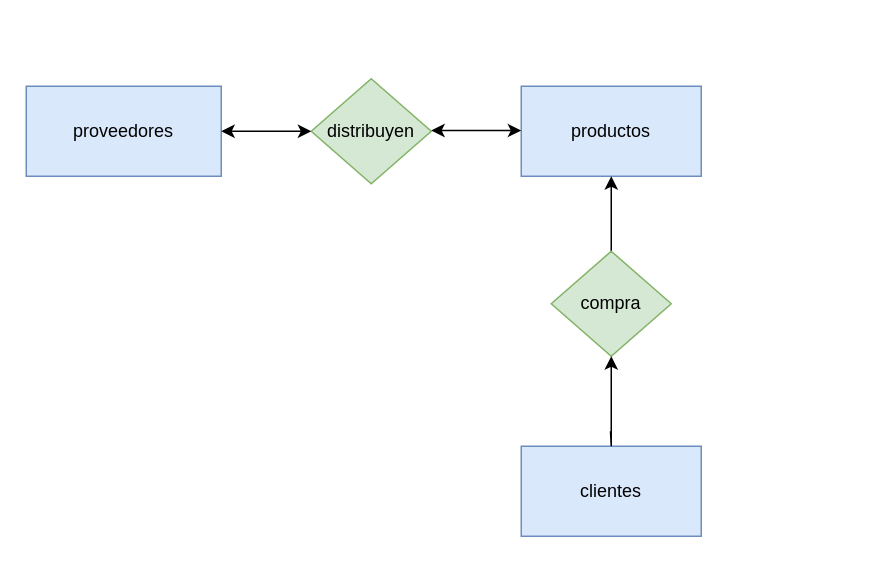
This is Unidad-1/Tareas./Tarea-1/Diagrama sin título.drawio from mdiogc/base-datos, a draw.io file, before an edit. Source tidied: cells renumbered, new cells numbered last; positions are measured from the earlier drawing's top-left corner, leaving out a move shared by most shapes. Both pictures are drawn from the tidied source at 150%, with x=0, y=0 at pixel (26, 78).
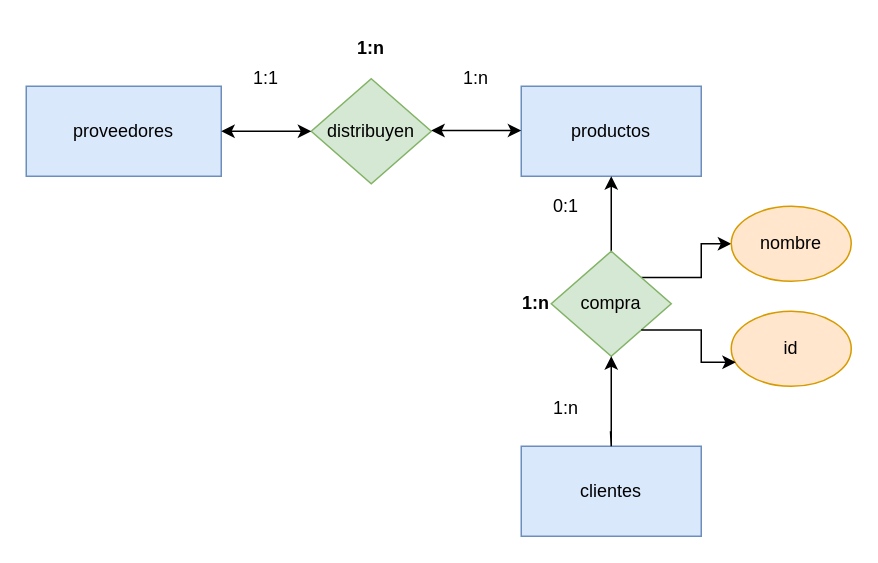
Above is the later version.

Unchanged cells that the change refers to:
```xml
<mxCell id="7" value="compra" style="rhombus;whiteSpace=wrap;html=1;fillColor=#d5e8d4;strokeColor=#82b366;" parent="1" vertex="1">
  <mxGeometry x="350" y="115" width="80" height="70" as="geometry" />
</mxCell>
```

Diff of the diagram source:
```diff
@@
+    <mxCell id="11" style="edgeStyle=orthogonalEdgeStyle;rounded=0;jettySize=auto;html=1;exitX=1;exitY=0;exitDx=0;exitDy=0;" parent="1" edge="1" source="7" target="13">
+      <mxGeometry relative="1" as="geometry" />
+    </mxCell>
@@
+    <mxCell id="12" value="id" style="ellipse;whiteSpace=wrap;html=1;fillColor=#ffe6cc;strokeColor=#d79b00;" parent="1" vertex="1">
+      <mxGeometry x="470" y="155" width="80" height="50" as="geometry" />
+    </mxCell>
+    <mxCell id="13" value="nombre" style="ellipse;whiteSpace=wrap;html=1;fillColor=#ffe6cc;strokeColor=#d79b00;" parent="1" vertex="1">
+      <mxGeometry x="470" y="85" width="80" height="50" as="geometry" />
+    </mxCell>
+    <mxCell id="14" value="1:n" style="text;html=1;strokeColor=none;fillColor=none;align=center;verticalAlign=middle;whiteSpace=wrap;rounded=0;" parent="1" vertex="1">
+      <mxGeometry x="330" y="205" width="60" height="30" as="geometry" />
+    </mxCell>
+    <mxCell id="15" value="1:1" style="text;html=1;strokeColor=none;fillColor=none;align=center;verticalAlign=middle;whiteSpace=wrap;rounded=0;" parent="1" vertex="1">
+      <mxGeometry x="130" y="-15" width="60" height="30" as="geometry" />
+    </mxCell>
+    <mxCell id="16" value="1:n" style="text;html=1;strokeColor=none;fillColor=none;align=center;verticalAlign=middle;whiteSpace=wrap;rounded=0;" parent="1" vertex="1">
+      <mxGeometry x="270" y="-15" width="60" height="30" as="geometry" />
+    </mxCell>
+    <mxCell id="17" value="&lt;b&gt;1:n&lt;/b&gt;" style="text;html=1;strokeColor=none;fillColor=none;align=center;verticalAlign=middle;whiteSpace=wrap;rounded=0;" parent="1" vertex="1">
+      <mxGeometry x="200" y="-35" width="60" height="30" as="geometry" />
+    </mxCell>
+    <mxCell id="18" value="0:1" style="text;html=1;strokeColor=none;fillColor=none;align=center;verticalAlign=middle;whiteSpace=wrap;rounded=0;" parent="1" vertex="1">
+      <mxGeometry x="330" y="70" width="60" height="30" as="geometry" />
+    </mxCell>
+    <mxCell id="19" value="&lt;b&gt;1:n&lt;/b&gt;" style="text;html=1;strokeColor=none;fillColor=none;align=center;verticalAlign=middle;whiteSpace=wrap;rounded=0;" parent="1" vertex="1">
+      <mxGeometry x="310" y="135" width="60" height="30" as="geometry" />
+    </mxCell>
+    <mxCell id="20" style="edgeStyle=orthogonalEdgeStyle;rounded=0;jettySize=auto;html=1;exitX=1;exitY=1;exitDx=0;exitDy=0;entryX=0.038;entryY=0.68;entryDx=0;entryDy=0;entryPerimeter=0;" parent="1" edge="1" source="7" target="12">
+      <mxGeometry relative="1" as="geometry" />
+    </mxCell>
```
